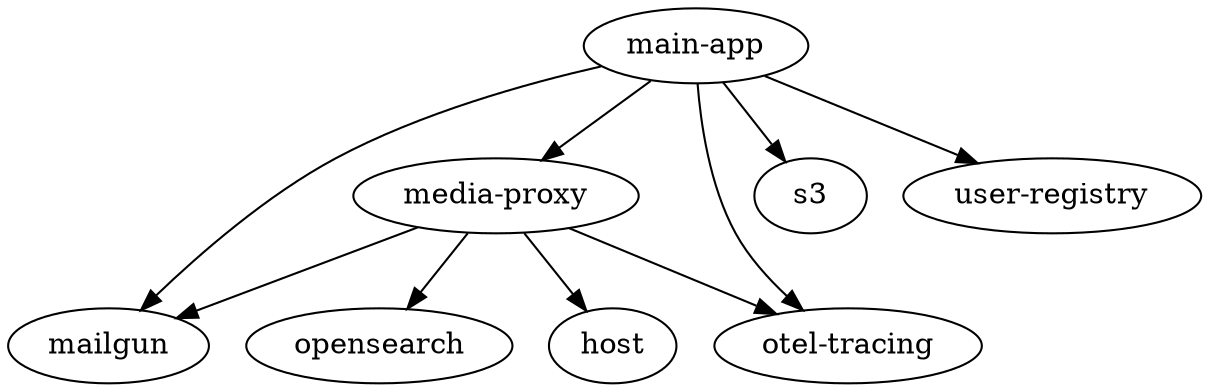
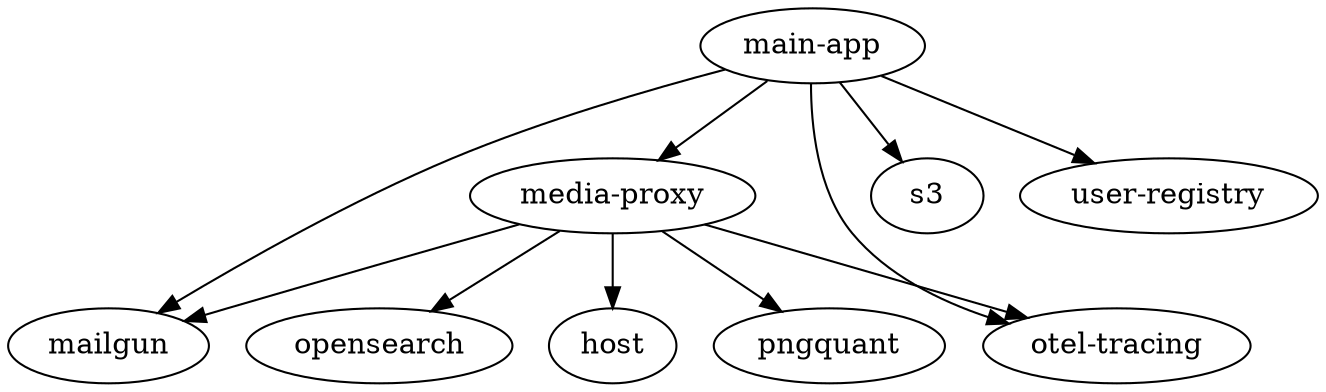
digraph
{
  "mailgun"
  "main-app"
  "media-proxy"
  "opensearch"
  "otel-tracing"
  "s3"
  "user-registry"
  "host"
+   "pngquant"
  "main-app" -> "mailgun"
  "main-app" -> "media-proxy"
  "main-app" -> "otel-tracing"
  "main-app" -> "s3"
  "main-app" -> "user-registry"
  "media-proxy" -> "mailgun"
  "media-proxy" -> "opensearch"
  "media-proxy" -> "otel-tracing"
  "media-proxy" -> "host"
+   "media-proxy" -> "pngquant"
}
